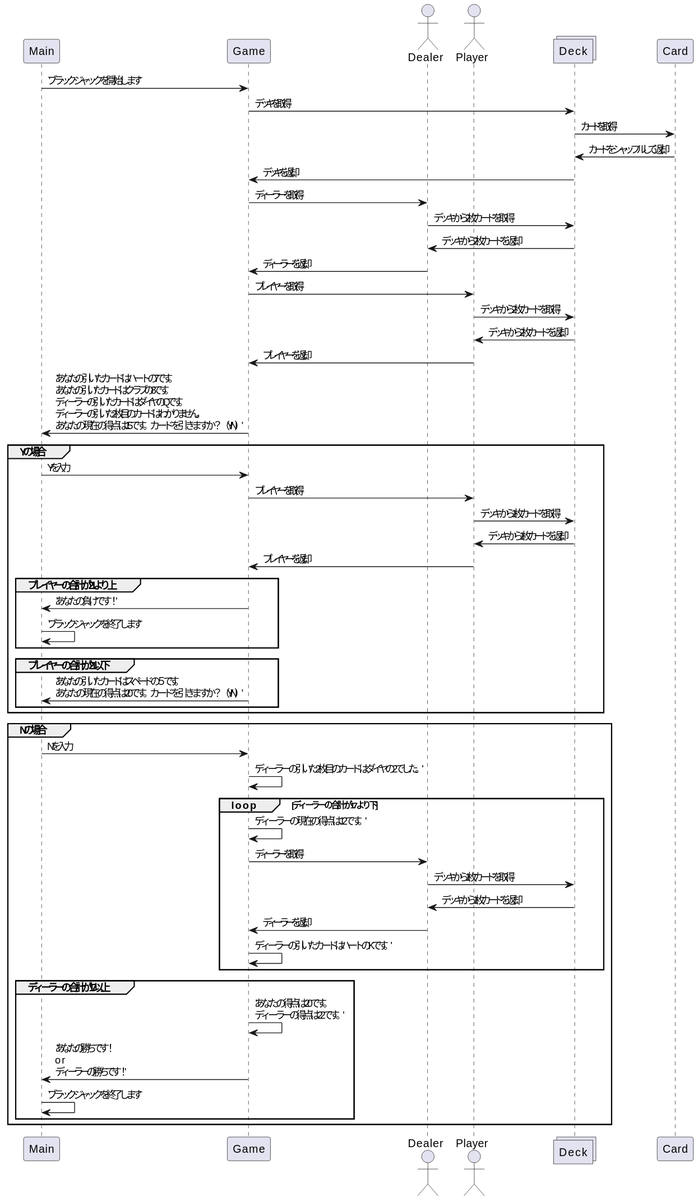
RohanKid/BlackJack keeps this PlantUML diagram as out/src/PlantUML/BlackJacksiecanseCase/Blackjack.svg. Above is the earlier version. Its diagram source:
```plantuml
@startuml Blackjack
participant        Main        as Main
participant        Game        as Game
actor       Dealer       as Dealer
actor       Player    as Me
collections Deck as Deck
participant        Card        as Card
Main -> Game : 'ブラックジャックを開始します'
Game -> Deck: デッキを取得
Deck -> Card: カードを取得
Card -> Deck: カードをシャッフルして返却
Deck -> Game: デッキを返却
Game -> Dealer: ディーラーを取得
Dealer -> Deck: デッキから2枚カードを取得
Deck -> Dealer: デッキから2枚カードを返却
Dealer -> Game: ディーラーを返却
Game -> Me: プレイヤーを取得
Me -> Deck: デッキから2枚カードを取得
Deck -> Me: デッキから2枚カードを返却
Me -> Game: プレイヤーを返却
Game -> Main : 'あなたの引いたカードはハートの7です。\nあなたの引いたカードはクラブの8です。\nディーラーの引いたカードはダイヤのQです。\nディーラーの引いた2枚目のカードはわかりません。\nあなたの現在の得点は15です。カードを引きますか？（Y/N）'
group Yの場合
Main -> Game : Yを入力
Game -> Me: プレイヤーを取得
Me -> Deck: デッキから1枚カードを取得
Deck -> Me: デッキから1枚カードを返却
Me -> Game: プレイヤーを返却
  group プレイヤーの合計が21より上
  Game -> Main :'あなたの負けです！'
  Main -> Main : 'ブラックジャックを終了します'
  end
  group プレイヤーの合計が21以下
  Game -> Main :'あなたの引いたカードはスペードの５です。\nあなたの現在の得点は20です。カードを引きますか？（Y/N）'
  end
end
group Nの場合
Main -> Game : Nを入力
Game -> Game :'ディーラーの引いた2枚目のカードはダイヤの2でした。'
  loop ディーラーの合計が17より下
  Game -> Game :'ディーラーの現在の得点は12です。'
  Game -> Dealer: ディーラーを取得
  Dealer -> Deck: デッキから1枚カードを取得
  Deck -> Dealer: デッキから1枚カードを返却
  Dealer -> Game: ディーラーを返却
  Game -> Game :'ディーラーの引いたカードはハートのKです。'
  end
  group ディーラーの合計が17以上
  Game -> Game :'あなたの得点は20です。\nディーラーの得点は22です。'
  Game -> Main :'あなたの勝ちです！\nor\nディーラーの勝ちです！'
  Main -> Main : 'ブラックジャックを終了します'
  end
end
@enduml
```
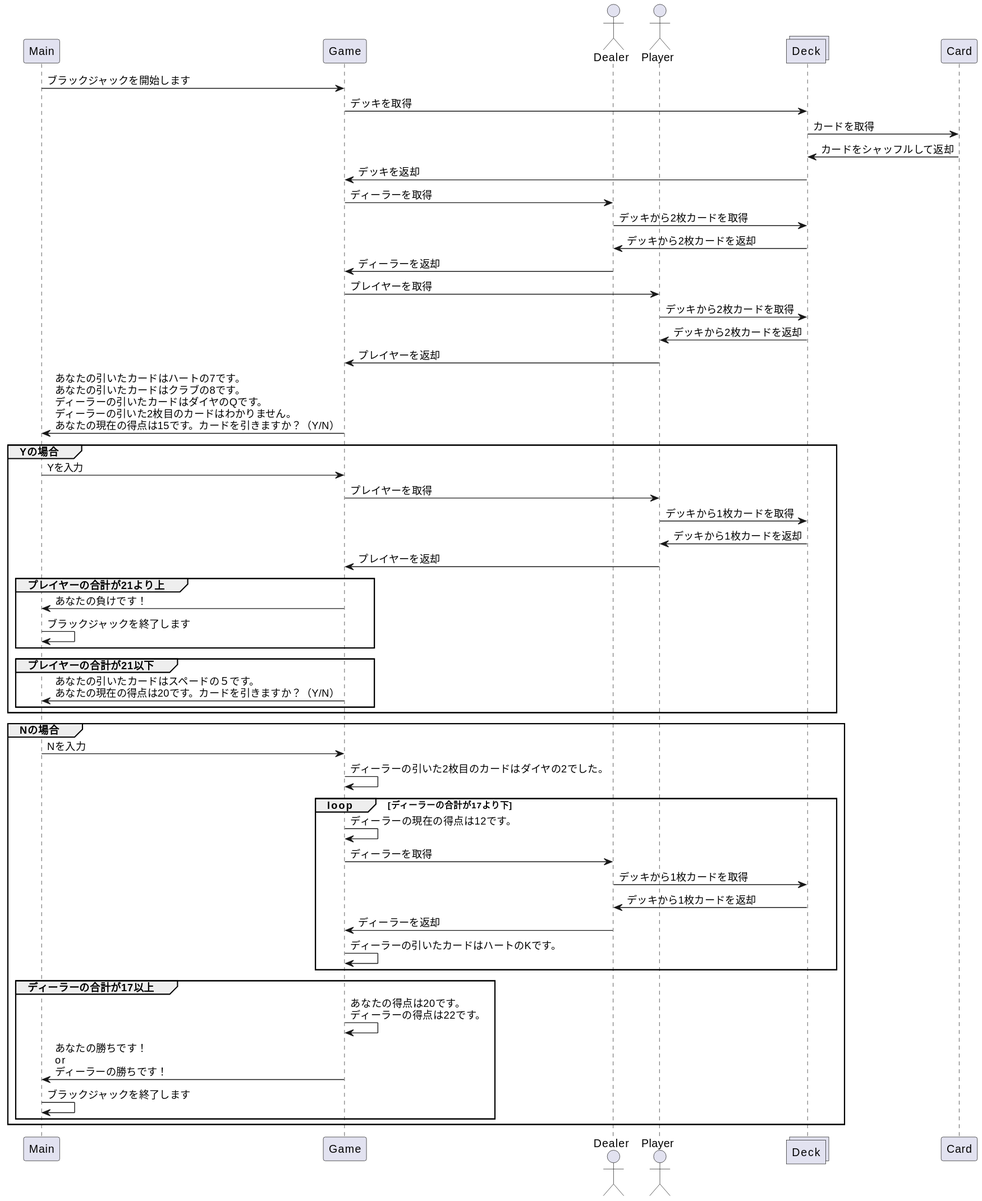
After the change.

Change to the diagram source:
```diff
@@ -5,7 +5,7 @@
 actor       Player    as Me
 collections Deck as Deck
 participant        Card        as Card
-Main -> Game : 'ブラックジャックを開始します'
+Main -> Game : ブラックジャックを開始します
 Game -> Deck: デッキを取得
 Deck -> Card: カードを取得
 Card -> Deck: カードをシャッフルして返却
@@ -18,7 +18,7 @@
 Me -> Deck: デッキから2枚カードを取得
 Deck -> Me: デッキから2枚カードを返却
 Me -> Game: プレイヤーを返却
-Game -> Main : 'あなたの引いたカードはハートの7です。\nあなたの引いたカードはクラブの8です。\nディーラーの引いたカードはダイヤのQです。\nディーラーの引いた2枚目のカードはわかりません。\nあなたの現在の得点は15です。カードを引きますか？（Y/N）'
+Game -> Main : あなたの引いたカードはハートの7です。\nあなたの引いたカードはクラブの8です。\nディーラーの引いたカードはダイヤのQです。\nディーラーの引いた2枚目のカードはわかりません。\nあなたの現在の得点は15です。カードを引きますか？（Y/N）
 group Yの場合
 Main -> Game : Yを入力
 Game -> Me: プレイヤーを取得
@@ -26,28 +26,28 @@
 Deck -> Me: デッキから1枚カードを返却
 Me -> Game: プレイヤーを返却
   group プレイヤーの合計が21より上
-  Game -> Main :'あなたの負けです！'
-  Main -> Main : 'ブラックジャックを終了します'
+  Game -> Main : あなたの負けです！
+  Main -> Main : ブラックジャックを終了します
   end
   group プレイヤーの合計が21以下
-  Game -> Main :'あなたの引いたカードはスペードの５です。\nあなたの現在の得点は20です。カードを引きますか？（Y/N）'
+  Game -> Main : あなたの引いたカードはスペードの５です。\nあなたの現在の得点は20です。カードを引きますか？（Y/N）
   end
 end
 group Nの場合
 Main -> Game : Nを入力
-Game -> Game :'ディーラーの引いた2枚目のカードはダイヤの2でした。'
+Game -> Game : ディーラーの引いた2枚目のカードはダイヤの2でした。
   loop ディーラーの合計が17より下
-  Game -> Game :'ディーラーの現在の得点は12です。'
+  Game -> Game : ディーラーの現在の得点は12です。
   Game -> Dealer: ディーラーを取得
   Dealer -> Deck: デッキから1枚カードを取得
   Deck -> Dealer: デッキから1枚カードを返却
   Dealer -> Game: ディーラーを返却
-  Game -> Game :'ディーラーの引いたカードはハートのKです。'
+  Game -> Game : ディーラーの引いたカードはハートのKです。
   end
   group ディーラーの合計が17以上
-  Game -> Game :'あなたの得点は20です。\nディーラーの得点は22です。'
-  Game -> Main :'あなたの勝ちです！\nor\nディーラーの勝ちです！'
-  Main -> Main : 'ブラックジャックを終了します'
+  Game -> Game : あなたの得点は20です。\nディーラーの得点は22です。
+  Game -> Main : あなたの勝ちです！\nor\nディーラーの勝ちです！
+  Main -> Main : ブラックジャックを終了します
   end
 end
 @enduml
```
